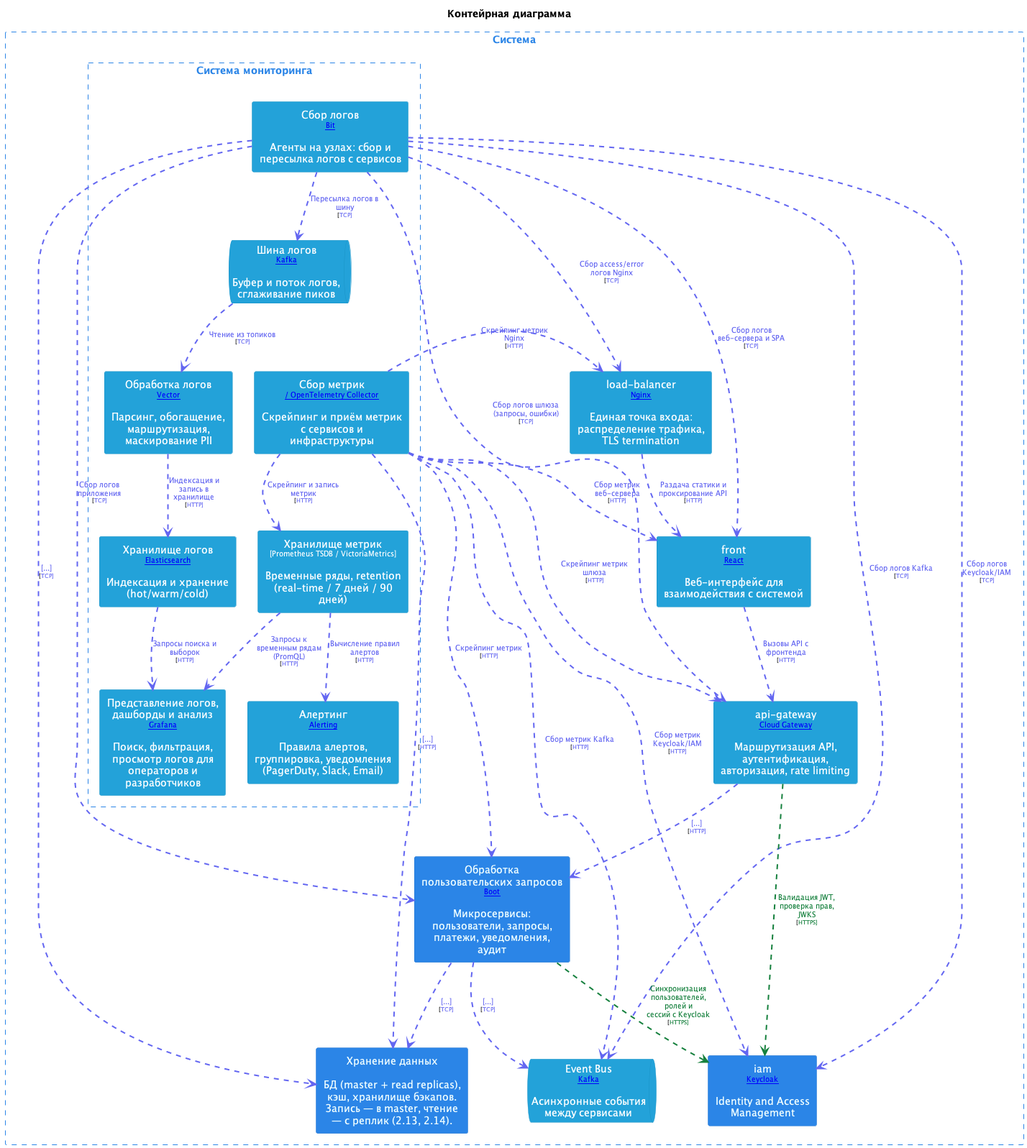
This is doc/images/monitoring_container.png from shelepovg/system-design-homework, a PlantUML export, as it was before one commit.
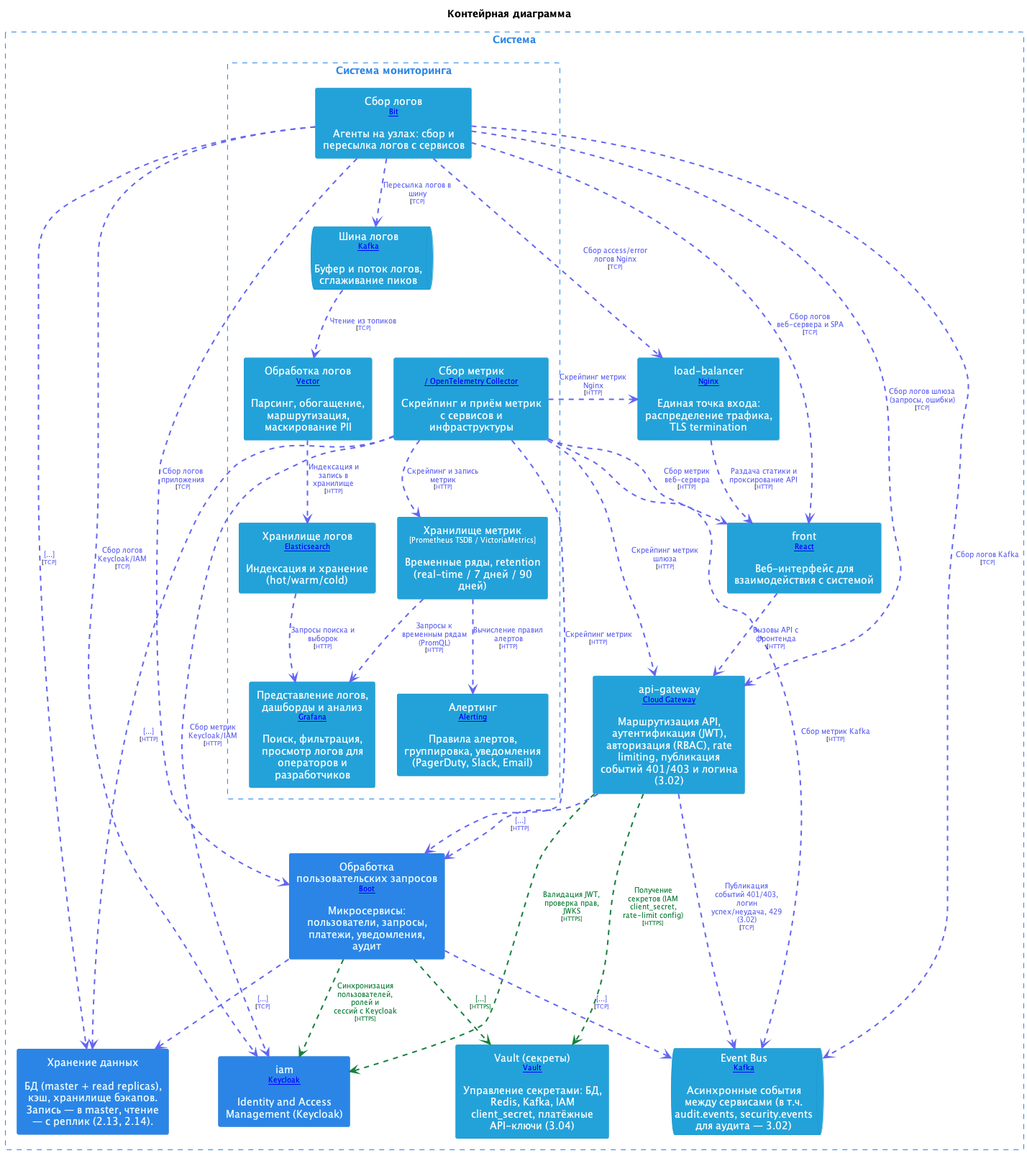
Later version of the same file.

Change to the diagram source:
```diff
@@ -88,6 +88,11 @@
   FontColor #ffffff
   BorderColor #1892c5
 }
+skinparam rectangle<<SystemSecretsVault>>{
+  BackgroundColor #23a2d9
+  FontColor #ffffff
+  BorderColor #1892c5
+}
 rectangle "Система" <<System>> as System {
   skinparam RectangleBorderColor<<System>> #2b85e7
   skinparam RectangleFontColor<<System>> #2b85e7
@@ -109,11 +114,12 @@
   }
   rectangle "load-balancer\n<size:10>[[Nginx]]</size>\n\nЕдиная точка входа: распределение трафика, TLS termination" <<SystemLoadBalancer>> as SystemLoadBalancer
   rectangle "front\n<size:10>[[React]]</size>\n\nВеб-интерфейс для взаимодействия с системой" <<SystemFront>> as SystemFront
-  rectangle "api-gateway\n<size:10>[[Spring Cloud Gateway]]</size>\n\nМаршрутизация API, аутентификация, авторизация, rate limiting" <<SystemApiGateway>> as SystemApiGateway
+  rectangle "api-gateway\n<size:10>[[Spring Cloud Gateway]]</size>\n\nМаршрутизация API, аутентификация (JWT), авторизация (RBAC), rate limiting, публикация событий 401/403 и логина (3.02)" <<SystemApiGateway>> as SystemApiGateway
   rectangle "Обработка пользовательских запросов\n<size:10>[[Spring Boot]]</size>\n\nМикросервисы: пользователи, запросы, платежи, уведомления, аудит" <<SystemBackend>> as SystemBackend
-  rectangle "iam\n<size:10>[[Keycloak]]</size>\n\nIdentity and Access Management" <<SystemIam>> as SystemIam
+  rectangle "iam\n<size:10>[[Keycloak]]</size>\n\nIdentity and Access Management (Keycloak)" <<SystemIam>> as SystemIam
   rectangle "Хранение данных\n\nБД (master + read replicas), кэш, хранилище бэкапов. Запись — в master, чтение — с реплик (2.13, 2.14)." <<SystemStorage>> as SystemStorage
-  queue "Event Bus\n<size:10>[[Apache Kafka]]</size>\n\nАсинхронные события между сервисами" <<SystemEventBus>> as SystemEventBus
+  queue "Event Bus\n<size:10>[[Apache Kafka]]</size>\n\nАсинхронные события между сервисами (в т.ч. audit.events, security.events для аудита — 3.02)" <<SystemEventBus>> as SystemEventBus
+  rectangle "Vault (секреты)\n<size:10>[[HashiCorp Vault]]</size>\n\nУправление секретами: БД, Redis, Kafka, IAM client_secret, платёжные API-ключи (3.04)" <<SystemSecretsVault>> as SystemSecretsVault
 }
 
 SystemMonitoringLogCollector .[#6366f1,thickness=2].> SystemMonitoringLogBus : <color:#6366f1>Пересылка логов в шину\n<size:8>[<color:#6366f1>TCP]</size>
@@ -141,7 +147,10 @@
 SystemFront .[#6366f1,thickness=2].> SystemApiGateway : <color:#6366f1>Вызовы API с фронтенда\n<size:8>[<color:#6366f1>HTTP]</size>
 SystemApiGateway .[#15803d,thickness=2].> SystemIam : <color:#15803d>Валидация JWT, проверка прав, JWKS\n<size:8>[<color:#15803d>HTTPS]</size>
 SystemApiGateway .[#6366f1,thickness=2].> SystemBackend : <color:#6366f1>[...]\n<size:8>[<color:#6366f1>HTTP]</size>
+SystemApiGateway .[#6366f1,thickness=2].> SystemEventBus : <color:#6366f1>Публикация событий 401/403, логин \n<color:#6366f1>успех/неудача, 429 (3.02)\n<size:8>[<color:#6366f1>TCP]</size>
+SystemApiGateway .[#15803d,thickness=2].> SystemSecretsVault : <color:#15803d>Получение секретов (IAM client_secret, \n<color:#15803d>rate-limit config)\n<size:8>[<color:#15803d>HTTPS]</size>
 SystemBackend .[#15803d,thickness=2].> SystemIam : <color:#15803d>Синхронизация пользователей, ролей и \n<color:#15803d>сессий с Keycloak\n<size:8>[<color:#15803d>HTTPS]</size>
 SystemBackend .[#6366f1,thickness=2].> SystemStorage : <color:#6366f1>[...]\n<size:8>[<color:#6366f1>TCP]</size>
 SystemBackend .[#6366f1,thickness=2].> SystemEventBus : <color:#6366f1>[...]\n<size:8>[<color:#6366f1>TCP]</size>
+SystemBackend .[#15803d,thickness=2].> SystemSecretsVault : <color:#15803d>[...]\n<size:8>[<color:#15803d>HTTPS]</size>
 @enduml
```
